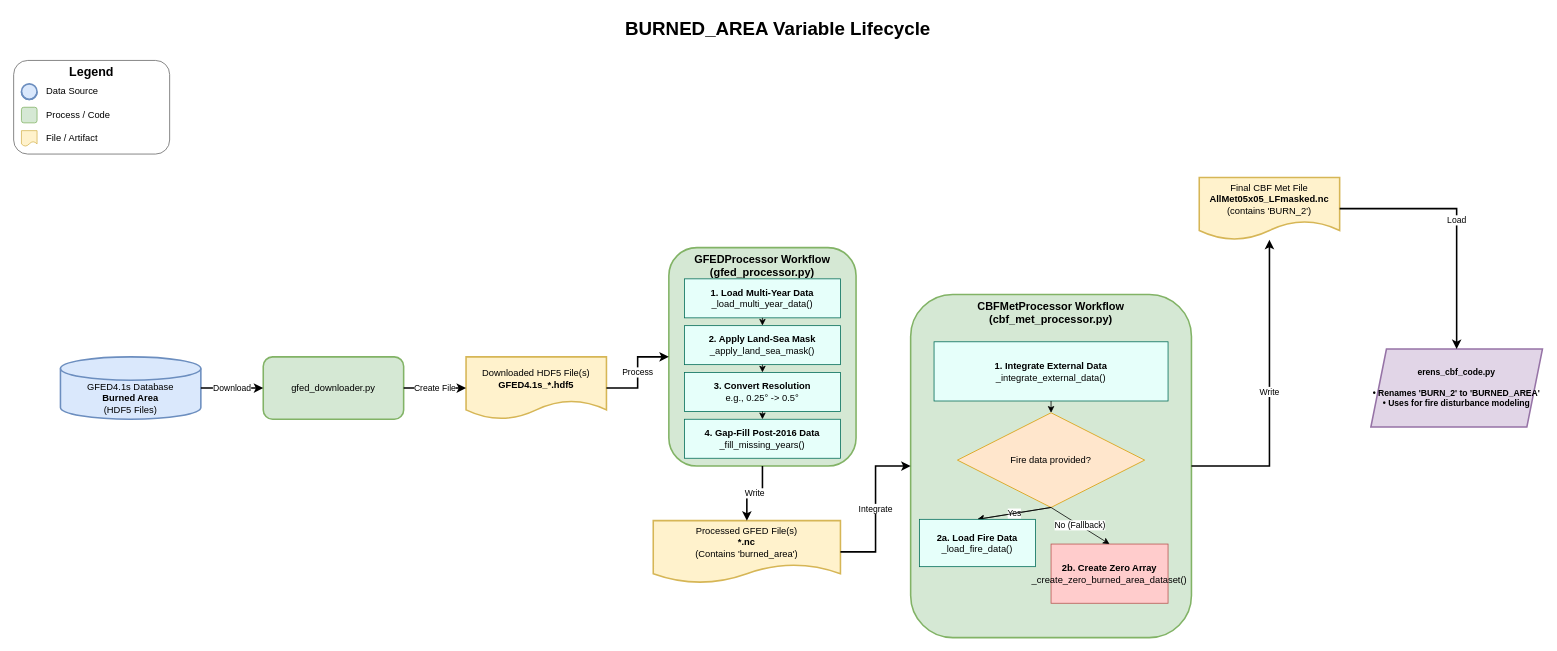
Before: plans/burned-area-lifecycle.xml.drawio in JPL-MGHG/cardamom-preprocessor, a draw.io diagram. Source tidied: cells renumbered, new cells numbered last; positions are measured from the earlier drawing's top-left corner, leaving out a move shared by most shapes. Both pictures are drawn from the tidied source at 78%, with x=0, y=0 at pixel (13, 13).
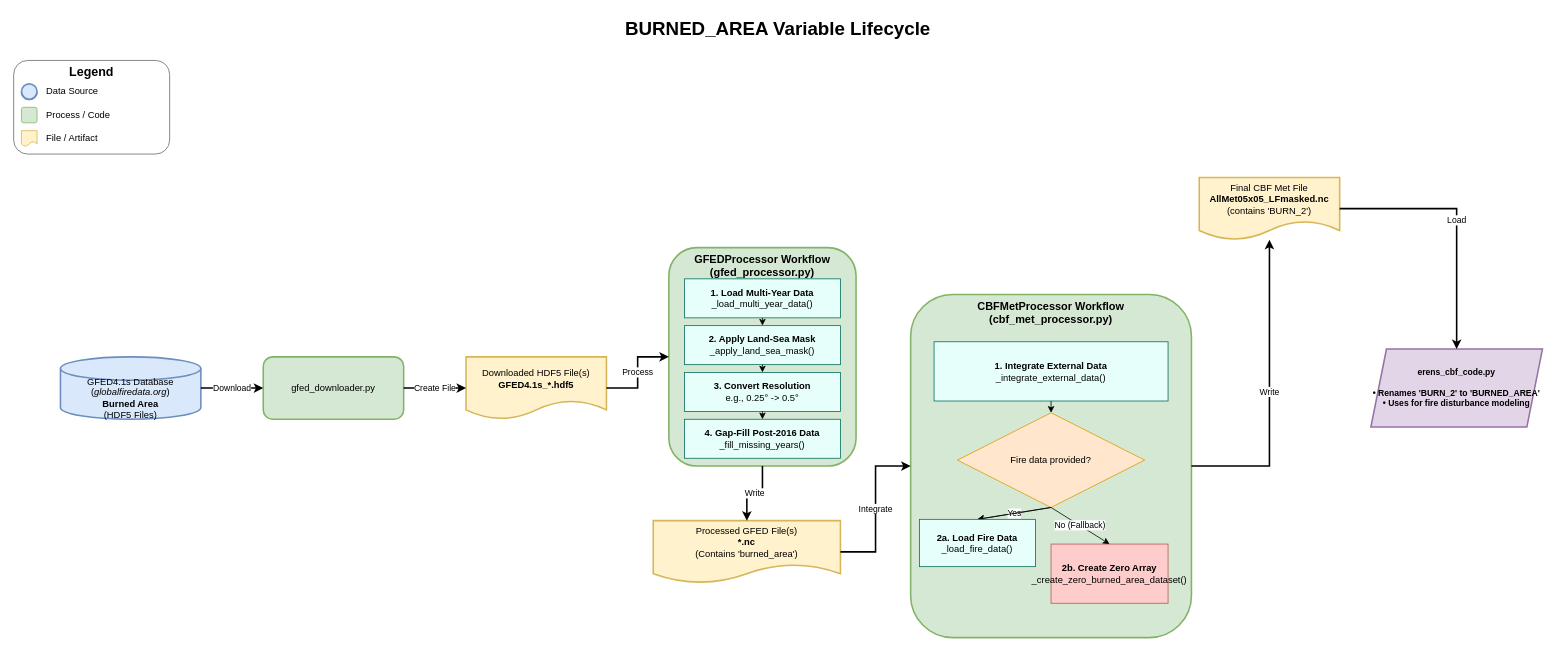
Above is the later version.

Diff of the diagram source:
```diff
@@
-    <mxCell id="11" value="GFED4.1s Database&lt;br&gt;&lt;b&gt;Burned Area&lt;/b&gt;&lt;br&gt;(HDF5 Files)" style="shape=cylinder3;whiteSpace=wrap;html=1;boundedLbl=1;backgroundOutline=1;size=15;strokeWidth=2;fontSize=12;fontStyle=0;fillColor=#dae8fc;strokeColor=#6c8ebf;" parent="1" vertex="1">
+    <mxCell id="11" value="GFED4.1s Database&lt;br&gt;(&lt;i&gt;globalfiredata.org&lt;/i&gt;)&lt;br&gt;&lt;b&gt;Burned Area&lt;/b&gt;&lt;br&gt;(HDF5 Files)" style="shape=cylinder3;whiteSpace=wrap;html=1;boundedLbl=1;backgroundOutline=1;size=15;strokeWidth=2;fontSize=12;fontStyle=0;fillColor=#dae8fc;strokeColor=#6c8ebf;" parent="1" vertex="1">
       <mxGeometry x="60" y="440" width="180" height="80" as="geometry" />
     </mxCell>
```
